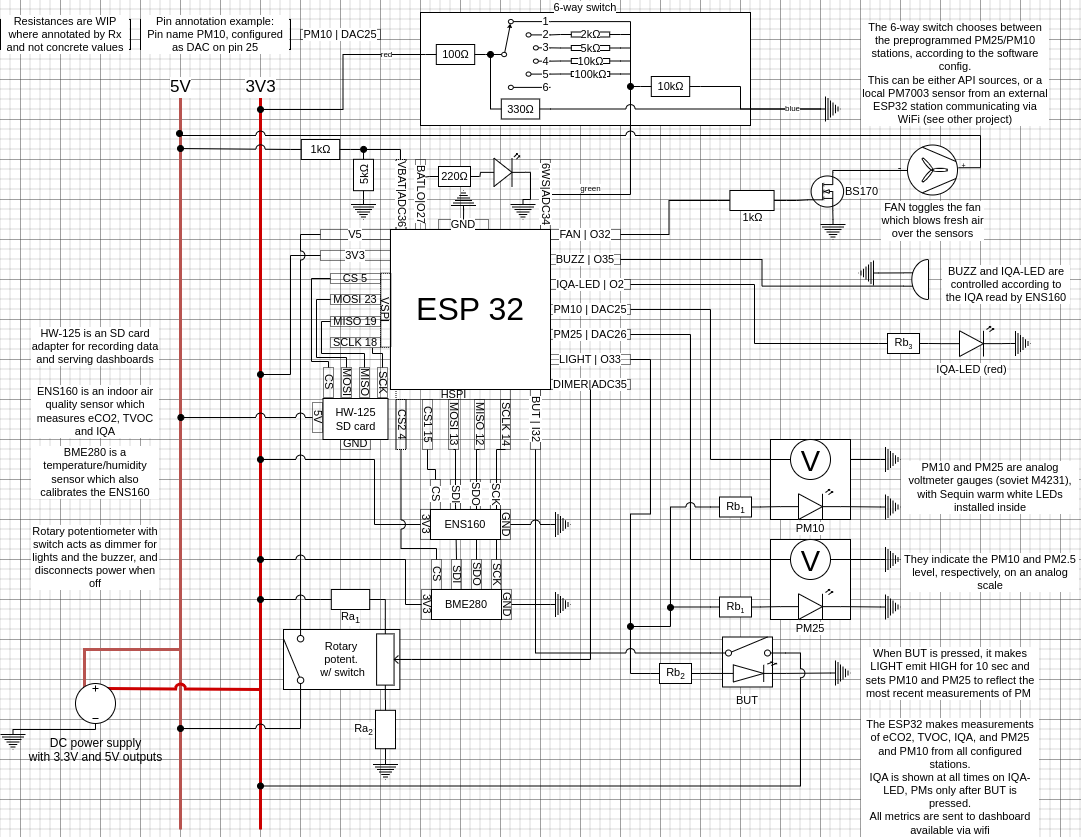
The draw.io diagram airstation-base.drawio.png in maclav3/airstation, before a commit. Source tidied: cells renumbered, new cells last; positions are measured from the earlier drawing's top-left corner, leaving out a move shared by most shapes.
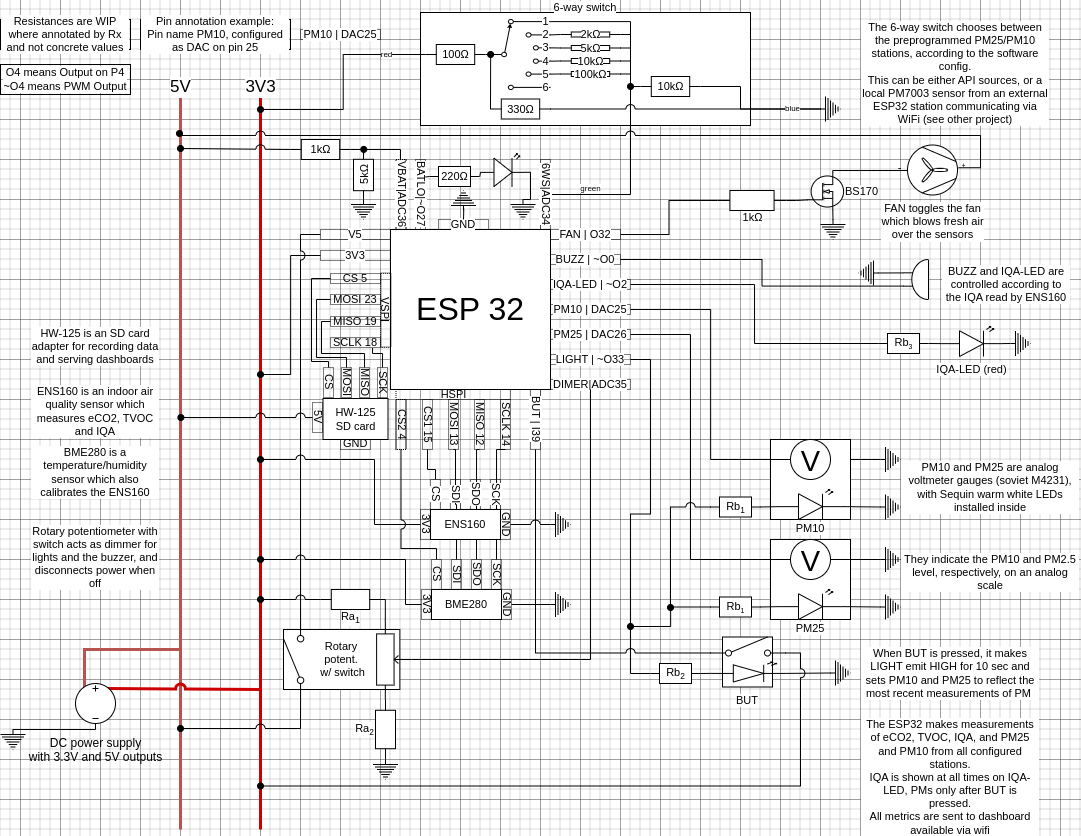
After the change.

Diff of the diagram source:
```diff
@@ -178,10 +178,10 @@
     <mxCell id="45" value="&lt;font style=&quot;font-size: 32px;&quot;&gt;ESP 32&lt;/font&gt;" style="whiteSpace=wrap;html=1;" parent="44" vertex="1">
       <mxGeometry x="70" width="160" height="160" as="geometry" />
     </mxCell>
-    <mxCell id="46" value="BUZZ | O35" style="text;html=1;align=center;verticalAlign=middle;whiteSpace=wrap;rounded=0;fontFamily=Helvetica;fontSize=11;fontColor=default;labelBackgroundColor=default;fillColor=none;strokeColor=default;dashed=1;dashPattern=1 1;" parent="44" vertex="1">
+    <mxCell id="46" value="BUZZ | ~O0" style="text;html=1;align=center;verticalAlign=middle;whiteSpace=wrap;rounded=0;fontFamily=Helvetica;fontSize=11;fontColor=default;labelBackgroundColor=default;fillColor=none;strokeColor=default;dashed=1;dashPattern=1 1;" parent="44" vertex="1">
       <mxGeometry x="230" y="25" width="70" height="10" as="geometry" />
     </mxCell>
-    <mxCell id="47" value="IQA-LED | O2" style="text;html=1;align=center;verticalAlign=middle;whiteSpace=wrap;rounded=0;fontFamily=Helvetica;fontSize=11;fontColor=default;labelBackgroundColor=default;fillColor=none;strokeColor=default;dashed=1;dashPattern=1 1;" parent="44" vertex="1">
+    <mxCell id="47" value="IQA-LED | ~O2" style="text;html=1;align=center;verticalAlign=middle;whiteSpace=wrap;rounded=0;fontFamily=Helvetica;fontSize=11;fontColor=default;labelBackgroundColor=default;fillColor=none;strokeColor=default;dashed=1;dashPattern=1 1;" parent="44" vertex="1">
       <mxGeometry x="230" y="50" width="80" height="10" as="geometry" />
     </mxCell>
     <mxCell id="48" value="PM10 | DAC25" style="text;html=1;align=center;verticalAlign=middle;whiteSpace=wrap;rounded=0;fontFamily=Helvetica;fontSize=11;fontColor=default;labelBackgroundColor=default;fillColor=none;strokeColor=default;dashed=1;dashPattern=1 1;" parent="44" vertex="1">
@@ -190,7 +190,7 @@
     <mxCell id="49" value="PM25 | DAC26" style="text;html=1;align=center;verticalAlign=middle;whiteSpace=wrap;rounded=0;fontFamily=Helvetica;fontSize=11;fontColor=default;labelBackgroundColor=default;fillColor=none;strokeColor=default;dashed=1;dashPattern=1 1;" parent="44" vertex="1">
       <mxGeometry x="230" y="100" width="80" height="10" as="geometry" />
     </mxCell>
-    <mxCell id="50" value="LIGHT | O33" style="text;html=1;align=center;verticalAlign=middle;whiteSpace=wrap;rounded=0;fontFamily=Helvetica;fontSize=11;fontColor=default;labelBackgroundColor=default;fillColor=none;strokeColor=default;dashed=1;dashPattern=1 1;" parent="44" vertex="1">
+    <mxCell id="50" value="LIGHT | ~O33" style="text;html=1;align=center;verticalAlign=middle;whiteSpace=wrap;rounded=0;fontFamily=Helvetica;fontSize=11;fontColor=default;labelBackgroundColor=default;fillColor=none;strokeColor=default;dashed=1;dashPattern=1 1;" parent="44" vertex="1">
       <mxGeometry x="230" y="125" width="80" height="10" as="geometry" />
     </mxCell>
     <mxCell id="51" value="V5" style="text;html=1;align=center;verticalAlign=middle;whiteSpace=wrap;rounded=0;fontFamily=Helvetica;fontSize=11;fontColor=default;labelBackgroundColor=default;fillColor=none;strokeColor=default;dashed=1;dashPattern=1 1;" parent="44" vertex="1">
@@ -277,7 +277,7 @@
     <mxCell id="70" value="FAN | O32" style="text;html=1;align=center;verticalAlign=middle;whiteSpace=wrap;rounded=0;fontFamily=Helvetica;fontSize=11;fontColor=default;labelBackgroundColor=default;fillColor=none;strokeColor=default;dashed=1;dashPattern=1 1;" parent="44" vertex="1">
       <mxGeometry x="230" width="70" height="10" as="geometry" />
     </mxCell>
-    <mxCell id="71" value="BUT | I32" style="text;html=1;align=center;verticalAlign=middle;whiteSpace=wrap;rounded=0;fontFamily=Helvetica;fontSize=11;fontColor=default;labelBackgroundColor=default;fillColor=none;strokeColor=default;dashed=1;textDirection=vertical-rl;horizontal=1;direction=south;dashPattern=1 1;" parent="43" vertex="1">
+    <mxCell id="71" value="BUT | I39" style="text;html=1;align=center;verticalAlign=middle;whiteSpace=wrap;rounded=0;fontFamily=Helvetica;fontSize=11;fontColor=default;labelBackgroundColor=default;fillColor=none;strokeColor=default;dashed=1;textDirection=vertical-rl;horizontal=1;direction=south;dashPattern=1 1;" parent="43" vertex="1">
       <mxGeometry x="210" y="160" width="10" height="60" as="geometry" />
     </mxCell>
     <mxCell id="72" style="group;" parent="43" vertex="1">
@@ -443,7 +443,7 @@
     <mxCell id="116" value="VBAT|ADC36" style="text;html=1;align=center;verticalAlign=middle;whiteSpace=wrap;rounded=0;fontFamily=Helvetica;fontSize=11;fontColor=default;labelBackgroundColor=default;fillColor=none;strokeColor=default;dashed=1;textDirection=vertical-rl;horizontal=1;direction=south;dashPattern=1 1;" parent="1" vertex="1">
       <mxGeometry x="395.5" y="147" width="10" height="70" as="geometry" />
     </mxCell>
-    <mxCell id="117" value="BATLO|O27" style="text;html=1;align=center;verticalAlign=middle;whiteSpace=wrap;rounded=0;fontFamily=Helvetica;fontSize=11;fontColor=default;labelBackgroundColor=default;fillColor=none;strokeColor=default;dashed=1;textDirection=vertical-rl;horizontal=1;direction=south;dashPattern=1 1;" parent="1" vertex="1">
+    <mxCell id="117" value="BATLO|~O27" style="text;html=1;align=center;verticalAlign=middle;whiteSpace=wrap;rounded=0;fontFamily=Helvetica;fontSize=11;fontColor=default;labelBackgroundColor=default;fillColor=none;strokeColor=default;dashed=1;textDirection=vertical-rl;horizontal=1;direction=south;dashPattern=1 1;" parent="1" vertex="1">
       <mxGeometry x="415" y="147" width="10" height="70" as="geometry" />
     </mxCell>
     <mxCell id="118" style="edgeStyle=elbowEdgeStyle;shape=connector;rounded=0;jumpStyle=arc;jumpSize=9;jettySize=auto;html=1;exitX=1;exitY=0.5;exitDx=0;exitDy=0;exitPerimeter=0;entryX=0;entryY=0.5;entryDx=0;entryDy=0;strokeColor=default;align=center;verticalAlign=middle;fontFamily=Helvetica;fontSize=11;fontColor=default;labelBackgroundColor=default;startFill=0;endArrow=none;" parent="1" edge="1" source="121" target="114">
@@ -791,5 +791,8 @@
         </Array>
       </mxGeometry>
     </mxCell>
+    <mxCell id="206" value="O4 means Output on P4&lt;div&gt;~O4 means PWM Output&lt;/div&gt;" style="text;html=1;align=center;verticalAlign=middle;whiteSpace=wrap;rounded=0;fontFamily=Helvetica;fontSize=11;fontColor=default;labelBackgroundColor=default;strokeColor=default;" parent="1" vertex="1">
+      <mxGeometry y="52" width="130" height="30" as="geometry" />
+    </mxCell>
   </root>
 </mxGraphModel>
```
